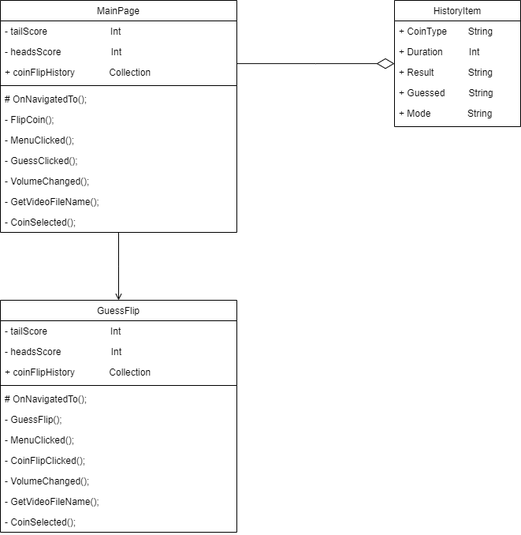
The draw.io diagram Documents/Design/ClassDiag.drawio.png in DominikSubocz/Coin-Flip-App, before a commit. Source tidied: cells renumbered, new cells last; positions are measured from the earlier drawing's top-left corner, leaving out a move shared by most shapes. Source of this version:
```xml
<mxGraphModel>
  <root>
    <mxCell id="0" />
    <mxCell id="1" parent="0" />
    <mxCell id="2" value="MainPage" style="swimlane;fontStyle=0;align=center;verticalAlign=top;horizontal=1;startSize=26;rounded=0;shadow=0;strokeWidth=1;" parent="1" vertex="1">
      <mxGeometry width="300" height="294" as="geometry" />
    </mxCell>
    <mxCell id="3" value="- tailScore                        Int" style="text;align=left;verticalAlign=top;spacingLeft=4;spacingRight=4;overflow=hidden;" parent="2" vertex="1">
      <mxGeometry y="26" width="300" height="26" as="geometry" />
    </mxCell>
    <mxCell id="4" value="- headsScore                   Int" style="text;align=left;verticalAlign=top;spacingLeft=4;spacingRight=4;overflow=hidden;rounded=0;shadow=0;html=0;" parent="2" vertex="1">
      <mxGeometry y="52" width="300" height="26" as="geometry" />
    </mxCell>
    <mxCell id="5" value="+ coinFlipHistory             Collection" style="text;align=left;verticalAlign=top;spacingLeft=4;spacingRight=4;overflow=hidden;rounded=0;shadow=0;html=0;" parent="2" vertex="1">
      <mxGeometry y="78" width="300" height="26" as="geometry" />
    </mxCell>
    <mxCell id="6" style="line;html=1;strokeWidth=1;align=left;verticalAlign=middle;spacingTop=-1;spacingLeft=3;spacingRight=3;labelPosition=right;" parent="2" vertex="1">
      <mxGeometry y="104" width="300" height="8" as="geometry" />
    </mxCell>
    <mxCell id="7" value="# OnNavigatedTo();" style="text;align=left;verticalAlign=top;spacingLeft=4;spacingRight=4;overflow=hidden;" parent="2" vertex="1">
      <mxGeometry y="112" width="300" height="26" as="geometry" />
    </mxCell>
    <mxCell id="8" value="- FlipCoin();" style="text;align=left;verticalAlign=top;spacingLeft=4;spacingRight=4;overflow=hidden;points=[[0,0.5],[1,0.5]];portConstraint=eastwest;" parent="2" vertex="1">
      <mxGeometry y="138" width="300" height="26" as="geometry" />
    </mxCell>
    <mxCell id="9" value="- MenuClicked();" style="text;align=left;verticalAlign=top;spacingLeft=4;spacingRight=4;overflow=hidden;" parent="2" vertex="1">
      <mxGeometry y="164" width="300" height="26" as="geometry" />
    </mxCell>
    <mxCell id="10" value="- GuessClicked();" style="text;align=left;verticalAlign=top;spacingLeft=4;spacingRight=4;overflow=hidden;" parent="2" vertex="1">
      <mxGeometry y="190" width="300" height="26" as="geometry" />
    </mxCell>
    <mxCell id="11" value="- VolumeChanged();" style="text;align=left;verticalAlign=top;spacingLeft=4;spacingRight=4;overflow=hidden;" parent="2" vertex="1">
      <mxGeometry y="216" width="300" height="26" as="geometry" />
    </mxCell>
    <mxCell id="12" value="- GetVideoFileName();" style="text;align=left;verticalAlign=top;spacingLeft=4;spacingRight=4;overflow=hidden;" parent="2" vertex="1">
      <mxGeometry y="242" width="300" height="26" as="geometry" />
    </mxCell>
    <mxCell id="13" value="- CoinSelected();" style="text;align=left;verticalAlign=top;spacingLeft=4;spacingRight=4;overflow=hidden;" parent="2" vertex="1">
      <mxGeometry y="268" width="300" height="26" as="geometry" />
    </mxCell>
    <mxCell id="14" style="endArrow=none;endSize=10;endFill=0;shadow=0;strokeWidth=1;rounded=0;edgeStyle=elbowEdgeStyle;elbow=vertical;exitX=0.5;exitY=0;exitDx=0;exitDy=0;startArrow=open;startFill=0;" parent="1" edge="1" source="22" target="2">
      <mxGeometry relative="1" as="geometry" />
    </mxCell>
    <mxCell id="15" value="HistoryItem" style="swimlane;fontStyle=0;align=center;verticalAlign=top;horizontal=1;startSize=26;rounded=0;shadow=0;strokeWidth=1;" parent="1" vertex="1">
      <mxGeometry x="500" width="160" height="160" as="geometry" />
    </mxCell>
    <mxCell id="16" value="+ CoinType        String" style="text;align=left;verticalAlign=top;spacingLeft=4;spacingRight=4;overflow=hidden;" parent="15" vertex="1">
      <mxGeometry y="26" width="160" height="26" as="geometry" />
    </mxCell>
    <mxCell id="17" value="+ Duration          Int" style="text;align=left;verticalAlign=top;spacingLeft=4;spacingRight=4;overflow=hidden;rounded=0;shadow=0;html=0;" parent="15" vertex="1">
      <mxGeometry y="52" width="160" height="26" as="geometry" />
    </mxCell>
    <mxCell id="18" value="+ Result             String" style="text;align=left;verticalAlign=top;spacingLeft=4;spacingRight=4;overflow=hidden;rounded=0;shadow=0;html=0;" parent="15" vertex="1">
      <mxGeometry y="78" width="160" height="26" as="geometry" />
    </mxCell>
    <mxCell id="19" value="+ Guessed         String" style="text;align=left;verticalAlign=top;spacingLeft=4;spacingRight=4;overflow=hidden;rounded=0;shadow=0;html=0;" parent="15" vertex="1">
      <mxGeometry y="104" width="160" height="26" as="geometry" />
    </mxCell>
    <mxCell id="20" value="+ Mode              String" style="text;align=left;verticalAlign=top;spacingLeft=4;spacingRight=4;overflow=hidden;rounded=0;shadow=0;html=0;" parent="15" vertex="1">
      <mxGeometry y="130" width="160" height="26" as="geometry" />
    </mxCell>
    <mxCell id="21" style="endArrow=diamondThin;shadow=0;strokeWidth=1;rounded=0;endFill=0;edgeStyle=elbowEdgeStyle;elbow=vertical;endSize=20;" parent="1" edge="1" source="2" target="15">
      <mxGeometry x="0.5" y="41" relative="1" as="geometry">
        <mxPoint x="-40" y="32" as="offset" />
      </mxGeometry>
    </mxCell>
    <mxCell id="22" value="GuessFlip" style="swimlane;fontStyle=0;align=center;verticalAlign=top;horizontal=1;startSize=26;rounded=0;shadow=0;strokeWidth=1;" parent="1" vertex="1">
      <mxGeometry y="380" width="300" height="294" as="geometry" />
    </mxCell>
    <mxCell id="23" value="- tailScore                        Int" style="text;align=left;verticalAlign=top;spacingLeft=4;spacingRight=4;overflow=hidden;" parent="22" vertex="1">
      <mxGeometry y="26" width="300" height="26" as="geometry" />
    </mxCell>
    <mxCell id="24" value="- headsScore                   Int" style="text;align=left;verticalAlign=top;spacingLeft=4;spacingRight=4;overflow=hidden;rounded=0;shadow=0;html=0;" parent="22" vertex="1">
      <mxGeometry y="52" width="300" height="26" as="geometry" />
    </mxCell>
    <mxCell id="25" value="+ coinFlipHistory             Collection" style="text;align=left;verticalAlign=top;spacingLeft=4;spacingRight=4;overflow=hidden;rounded=0;shadow=0;html=0;" parent="22" vertex="1">
      <mxGeometry y="78" width="300" height="26" as="geometry" />
    </mxCell>
    <mxCell id="26" style="line;html=1;strokeWidth=1;align=left;verticalAlign=middle;spacingTop=-1;spacingLeft=3;spacingRight=3;labelPosition=right;" parent="22" vertex="1">
      <mxGeometry y="104" width="300" height="8" as="geometry" />
    </mxCell>
    <mxCell id="27" value="# OnNavigatedTo();" style="text;align=left;verticalAlign=top;spacingLeft=4;spacingRight=4;overflow=hidden;" parent="22" vertex="1">
      <mxGeometry y="112" width="300" height="26" as="geometry" />
    </mxCell>
    <mxCell id="28" value="- GuessFlip();" style="text;align=left;verticalAlign=top;spacingLeft=4;spacingRight=4;overflow=hidden;" parent="22" vertex="1">
      <mxGeometry y="138" width="300" height="26" as="geometry" />
    </mxCell>
    <mxCell id="29" value="- MenuClicked();" style="text;align=left;verticalAlign=top;spacingLeft=4;spacingRight=4;overflow=hidden;" parent="22" vertex="1">
      <mxGeometry y="164" width="300" height="26" as="geometry" />
    </mxCell>
    <mxCell id="30" value="- CoinFlipClicked();" style="text;align=left;verticalAlign=top;spacingLeft=4;spacingRight=4;overflow=hidden;" parent="22" vertex="1">
      <mxGeometry y="190" width="300" height="26" as="geometry" />
    </mxCell>
    <mxCell id="31" value="- VolumeChanged();" style="text;align=left;verticalAlign=top;spacingLeft=4;spacingRight=4;overflow=hidden;" parent="22" vertex="1">
      <mxGeometry y="216" width="300" height="26" as="geometry" />
    </mxCell>
    <mxCell id="32" value="- GetVideoFileName();" style="text;align=left;verticalAlign=top;spacingLeft=4;spacingRight=4;overflow=hidden;" parent="22" vertex="1">
      <mxGeometry y="242" width="300" height="26" as="geometry" />
    </mxCell>
    <mxCell id="33" value="- CoinSelected();" style="text;align=left;verticalAlign=top;spacingLeft=4;spacingRight=4;overflow=hidden;" parent="22" vertex="1">
      <mxGeometry y="268" width="300" height="26" as="geometry" />
    </mxCell>
  </root>
</mxGraphModel>
```
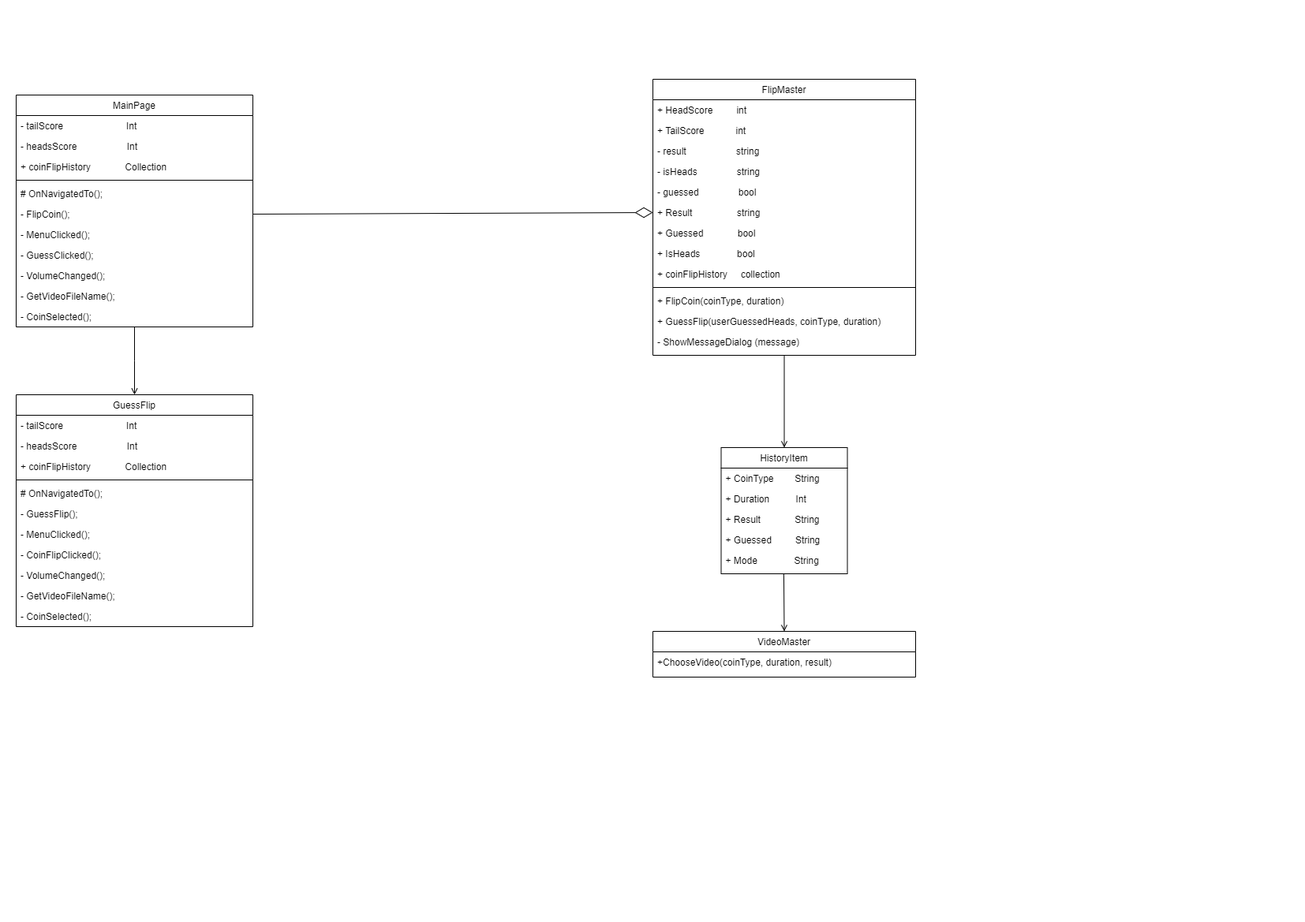
The same file after the commit.

Commit message:
Improved diagrams

What changed in the source:
```diff
@@ -42,7 +42,7 @@
       <mxGeometry relative="1" as="geometry" />
     </mxCell>
     <mxCell id="15" value="HistoryItem" style="swimlane;fontStyle=0;align=center;verticalAlign=top;horizontal=1;startSize=26;rounded=0;shadow=0;strokeWidth=1;" parent="1" vertex="1">
-      <mxGeometry x="500" width="160" height="160" as="geometry" />
+      <mxGeometry x="893.5" y="447" width="160" height="160" as="geometry" />
     </mxCell>
     <mxCell id="16" value="+ CoinType        String" style="text;align=left;verticalAlign=top;spacingLeft=4;spacingRight=4;overflow=hidden;" parent="15" vertex="1">
       <mxGeometry y="26" width="160" height="26" as="geometry" />
@@ -59,11 +59,6 @@
     <mxCell id="20" value="+ Mode              String" style="text;align=left;verticalAlign=top;spacingLeft=4;spacingRight=4;overflow=hidden;rounded=0;shadow=0;html=0;" parent="15" vertex="1">
       <mxGeometry y="130" width="160" height="26" as="geometry" />
     </mxCell>
-    <mxCell id="21" style="endArrow=diamondThin;shadow=0;strokeWidth=1;rounded=0;endFill=0;edgeStyle=elbowEdgeStyle;elbow=vertical;endSize=20;" parent="1" edge="1" source="2" target="15">
-      <mxGeometry x="0.5" y="41" relative="1" as="geometry">
-        <mxPoint x="-40" y="32" as="offset" />
-      </mxGeometry>
-    </mxCell>
     <mxCell id="22" value="GuessFlip" style="swimlane;fontStyle=0;align=center;verticalAlign=top;horizontal=1;startSize=26;rounded=0;shadow=0;strokeWidth=1;" parent="1" vertex="1">
       <mxGeometry y="380" width="300" height="294" as="geometry" />
     </mxCell>
@@ -100,5 +95,64 @@
     <mxCell id="33" value="- CoinSelected();" style="text;align=left;verticalAlign=top;spacingLeft=4;spacingRight=4;overflow=hidden;" parent="22" vertex="1">
       <mxGeometry y="268" width="300" height="26" as="geometry" />
     </mxCell>
+    <mxCell id="34" value="FlipMaster" style="swimlane;fontStyle=0;align=center;verticalAlign=top;horizontal=1;startSize=26;rounded=0;shadow=0;strokeWidth=1;" parent="1" vertex="1">
+      <mxGeometry x="807" y="-20" width="333" height="350" as="geometry" />
+    </mxCell>
+    <mxCell id="35" value="+ HeadScore         int" style="text;align=left;verticalAlign=top;spacingLeft=4;spacingRight=4;overflow=hidden;rounded=0;shadow=0;html=0;" parent="34" vertex="1">
+      <mxGeometry y="26" width="333" height="26" as="geometry" />
+    </mxCell>
+    <mxCell id="36" value="+ TailScore            int" style="text;align=left;verticalAlign=top;spacingLeft=4;spacingRight=4;overflow=hidden;rounded=0;shadow=0;html=0;" parent="34" vertex="1">
+      <mxGeometry y="52" width="333" height="26" as="geometry" />
+    </mxCell>
+    <mxCell id="37" value="- result                   string" style="text;align=left;verticalAlign=top;spacingLeft=4;spacingRight=4;overflow=hidden;rounded=0;shadow=0;html=0;" parent="34" vertex="1">
+      <mxGeometry y="78" width="333" height="26" as="geometry" />
+    </mxCell>
+    <mxCell id="38" value="- isHeads               string" style="text;align=left;verticalAlign=top;spacingLeft=4;spacingRight=4;overflow=hidden;rounded=0;shadow=0;html=0;" parent="34" vertex="1">
+      <mxGeometry y="104" width="333" height="26" as="geometry" />
+    </mxCell>
+    <mxCell id="39" value="- guessed               bool" style="text;align=left;verticalAlign=top;spacingLeft=4;spacingRight=4;overflow=hidden;rounded=0;shadow=0;html=0;" parent="34" vertex="1">
+      <mxGeometry y="130" width="333" height="26" as="geometry" />
+    </mxCell>
+    <mxCell id="40" value="+ Result                 string" style="text;align=left;verticalAlign=top;spacingLeft=4;spacingRight=4;overflow=hidden;points=[[0,0.5],[1,0.5]];portConstraint=eastwest;rounded=0;shadow=0;html=0;" parent="34" vertex="1">
+      <mxGeometry y="156" width="333" height="26" as="geometry" />
+    </mxCell>
+    <mxCell id="41" value="+ Guessed             bool" style="text;align=left;verticalAlign=top;spacingLeft=4;spacingRight=4;overflow=hidden;rounded=0;shadow=0;html=0;" parent="34" vertex="1">
+      <mxGeometry y="182" width="333" height="26" as="geometry" />
+    </mxCell>
+    <mxCell id="42" value="+ IsHeads              bool" style="text;align=left;verticalAlign=top;spacingLeft=4;spacingRight=4;overflow=hidden;rounded=0;shadow=0;html=0;" parent="34" vertex="1">
+      <mxGeometry y="208" width="333" height="26" as="geometry" />
+    </mxCell>
+    <mxCell id="43" value="+ coinFlipHistory     collection" style="text;align=left;verticalAlign=top;spacingLeft=4;spacingRight=4;overflow=hidden;rounded=0;shadow=0;html=0;" parent="34" vertex="1">
+      <mxGeometry y="234" width="333" height="26" as="geometry" />
+    </mxCell>
+    <mxCell id="44" style="line;html=1;strokeWidth=1;align=left;verticalAlign=middle;spacingTop=-1;spacingLeft=3;spacingRight=3;labelPosition=right;" parent="34" vertex="1">
+      <mxGeometry y="260" width="333" height="8" as="geometry" />
+    </mxCell>
+    <mxCell id="45" value="+ FlipCoin(coinType, duration)" style="text;align=left;verticalAlign=top;spacingLeft=4;spacingRight=4;overflow=hidden;rounded=0;shadow=0;html=0;" parent="34" vertex="1">
+      <mxGeometry y="268" width="333" height="26" as="geometry" />
+    </mxCell>
+    <mxCell id="46" value="+ GuessFlip(userGuessedHeads, coinType, duration)" style="text;align=left;verticalAlign=top;spacingLeft=4;spacingRight=4;overflow=hidden;rounded=0;shadow=0;html=0;" parent="34" vertex="1">
+      <mxGeometry y="294" width="333" height="26" as="geometry" />
+    </mxCell>
+    <mxCell id="47" value="- ShowMessageDialog (message)" style="text;align=left;verticalAlign=top;spacingLeft=4;spacingRight=4;overflow=hidden;rounded=0;shadow=0;html=0;" parent="34" vertex="1">
+      <mxGeometry y="320" width="333" height="26" as="geometry" />
+    </mxCell>
+    <mxCell id="48" style="endArrow=none;html=1;rounded=0;startArrow=diamondThin;startFill=0;startSize=20;entryX=1;entryY=0.5;entryDx=0;entryDy=0;exitX=0;exitY=0.5;exitDx=0;exitDy=0;" parent="1" edge="1" source="40" target="8">
+      <mxGeometry relative="1" as="geometry" />
+    </mxCell>
+    <mxCell id="49" value="VideoMaster" style="swimlane;fontStyle=0;align=center;verticalAlign=top;horizontal=1;startSize=26;rounded=0;shadow=0;strokeWidth=1;" parent="1" vertex="1">
+      <mxGeometry x="807" y="680" width="333" height="58" as="geometry" />
+    </mxCell>
+    <mxCell id="50" value="+ChooseVideo(coinType, duration, result)" style="text;align=left;verticalAlign=top;spacingLeft=4;spacingRight=4;overflow=hidden;rounded=0;shadow=0;html=0;" parent="49" vertex="1">
+      <mxGeometry y="26" width="333" height="26" as="geometry" />
+    </mxCell>
+    <mxCell id="51" style="endArrow=none;endSize=10;endFill=0;shadow=0;strokeWidth=1;rounded=0;elbow=vertical;startArrow=open;startFill=0;entryX=0.5;entryY=1;entryDx=0;entryDy=0;exitX=0.5;exitY=0;exitDx=0;exitDy=0;" parent="1" edge="1" source="15" target="34">
+      <mxGeometry relative="1" as="geometry" />
+    </mxCell>
+    <mxCell id="52" style="endArrow=none;endSize=10;endFill=0;shadow=0;strokeWidth=1;rounded=0;elbow=vertical;startArrow=open;startFill=0;entryX=0.5;entryY=1;entryDx=0;entryDy=0;exitX=0.5;exitY=0;exitDx=0;exitDy=0;" parent="1" edge="1" source="49">
+      <mxGeometry relative="1" as="geometry">
+        <mxPoint x="972.9" y="607" as="targetPoint" />
+      </mxGeometry>
+    </mxCell>
   </root>
 </mxGraphModel>
```
